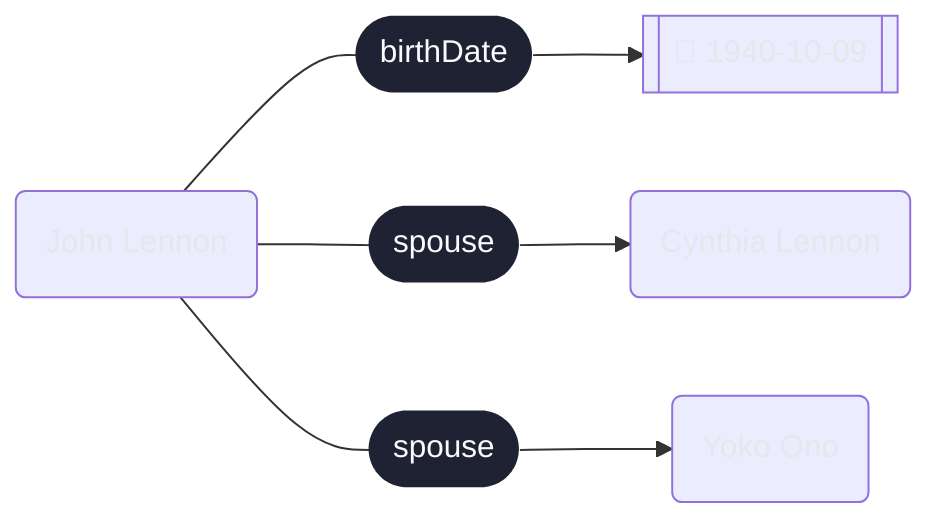
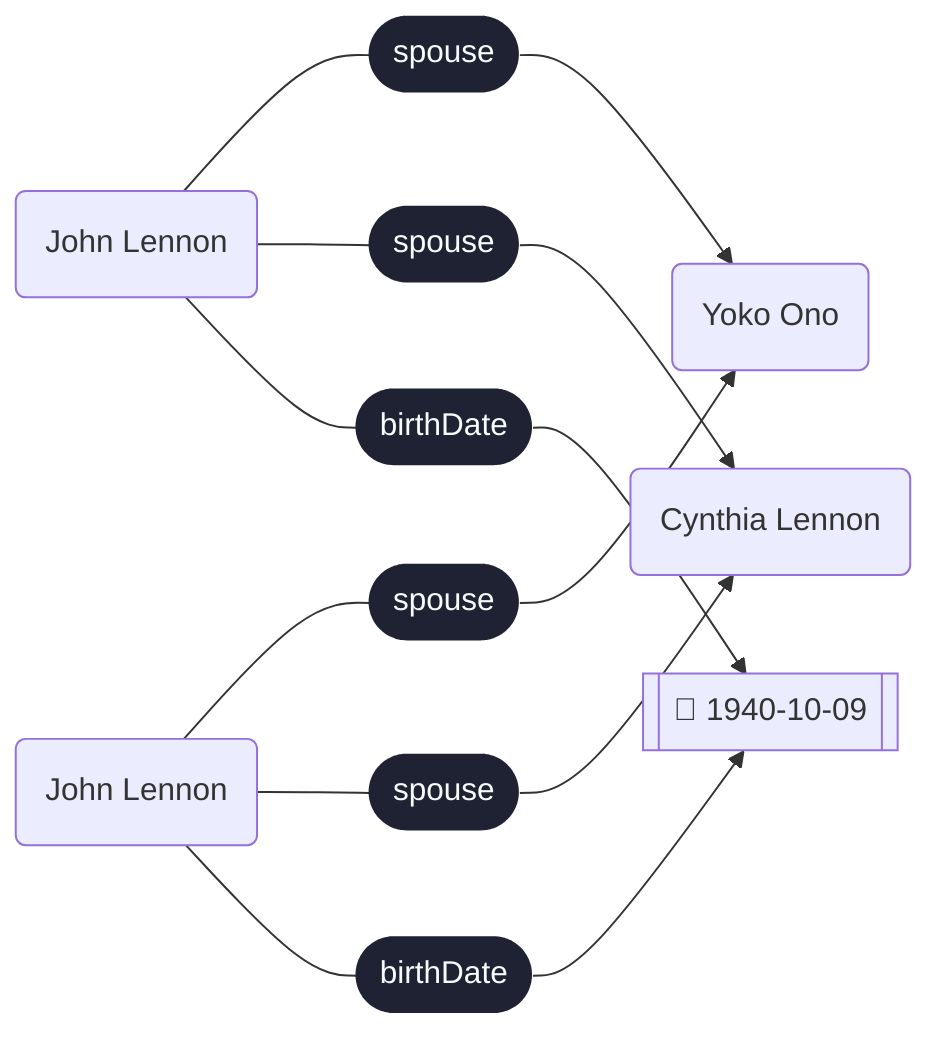
graph LR
-   5f101372727c98c91391212c3a17d5ea_b0("John Lennon")
-   Literal-4649fa93775b9ab0c7a5e1bd15b6744a[["📅 1940-10-09"]]
-   5f101372727c98c91391212c3a17d5ea_b0("John Lennon")
+   Be98757419880("John Lennon")
+   http___dbpedia_org_resource_Yoko_Ono("Yoko Ono")
+   click http___dbpedia_org_resource_Yoko_Ono "http://dbpedia.org/resource/Yoko_Ono"
  http___dbpedia_org_resource_Cynthia_Lennon("Cynthia Lennon")
  click http___dbpedia_org_resource_Cynthia_Lennon "http://dbpedia.org/resource/Cynthia_Lennon"
-   5f101372727c98c91391212c3a17d5ea_b0("John Lennon")
-   http___dbpedia_org_resource_Yoko_Ono("Yoko Ono")
-   click http___dbpedia_org_resource_Yoko_Ono "http://dbpedia.org/resource/Yoko_Ono"
-   5f101372727c98c91391212c3a17d5ea_b0 --- c61fa04ee4bc149ca544908066fc5320(["birthDate"])--> Literal-4649fa93775b9ab0c7a5e1bd15b6744a
-   click c61fa04ee4bc149ca544908066fc5320 "http://schema.org/birthDate"
-   class c61fa04ee4bc149ca544908066fc5320 predicate
-   5f101372727c98c91391212c3a17d5ea_b0 --- 9a4226e685e7907b94de856d2f6fbda5(["spouse"])--> http___dbpedia_org_resource_Cynthia_Lennon
-   click 9a4226e685e7907b94de856d2f6fbda5 "http://schema.org/spouse"
-   class 9a4226e685e7907b94de856d2f6fbda5 predicate
-   5f101372727c98c91391212c3a17d5ea_b0 --- 6c450ce6fb06a569581c81cc5107d4b3(["spouse"])--> http___dbpedia_org_resource_Yoko_Ono
-   click 6c450ce6fb06a569581c81cc5107d4b3 "http://schema.org/spouse"
-   class 6c450ce6fb06a569581c81cc5107d4b3 predicate
+   B7476fd72e886("John Lennon")
+   Literal-4649fa93775b[["📅 1940-10-09"]]
+   Be98757419880 --- c5e2fc9beae4(["spouse"])--> http___dbpedia_org_resource_Yoko_Ono
+   click c5e2fc9beae4 "http://schema.org/spouse"
+   Be98757419880 --- 81b658711729(["spouse"])--> http___dbpedia_org_resource_Cynthia_Lennon
+   click 81b658711729 "http://schema.org/spouse"
+   B7476fd72e886 --- 2c9b94efe0c9(["spouse"])--> http___dbpedia_org_resource_Yoko_Ono
+   click 2c9b94efe0c9 "http://schema.org/spouse"
+   B7476fd72e886 --- 6ef29998a64b(["spouse"])--> http___dbpedia_org_resource_Cynthia_Lennon
+   click 6ef29998a64b "http://schema.org/spouse"
+   B7476fd72e886 --- 7b8c36f5b02f(["birthDate"])--> Literal-4649fa93775b
+   click 7b8c36f5b02f "http://schema.org/birthDate"
+   Be98757419880 --- eb783ca09b8e(["birthDate"])--> Literal-4649fa93775b
+   click eb783ca09b8e "http://schema.org/birthDate"
  classDef predicate fill:#1f2233,stroke:transparent,color:#f8fafc,stroke-width:0px;
  classDef hidden fill:transparent,stroke:transparent,color:transparent,stroke-width:0px;
-   classDef label fill:transparent,stroke:transparent,color:#e5e7eb,stroke-width:0px;
  classDef nanopubdot fill:#0f172a,stroke:#0f172a,color:transparent,stroke-width:2px;
  classDef transparent fill:transparent,stroke:transparent,color:transparent,stroke-width:0px;
- 
+   class c5e2fc9beae4,81b658711729,2c9b94efe0c9,6ef29998a64b,7b8c36f5b02f,eb783ca09b8e predicate
